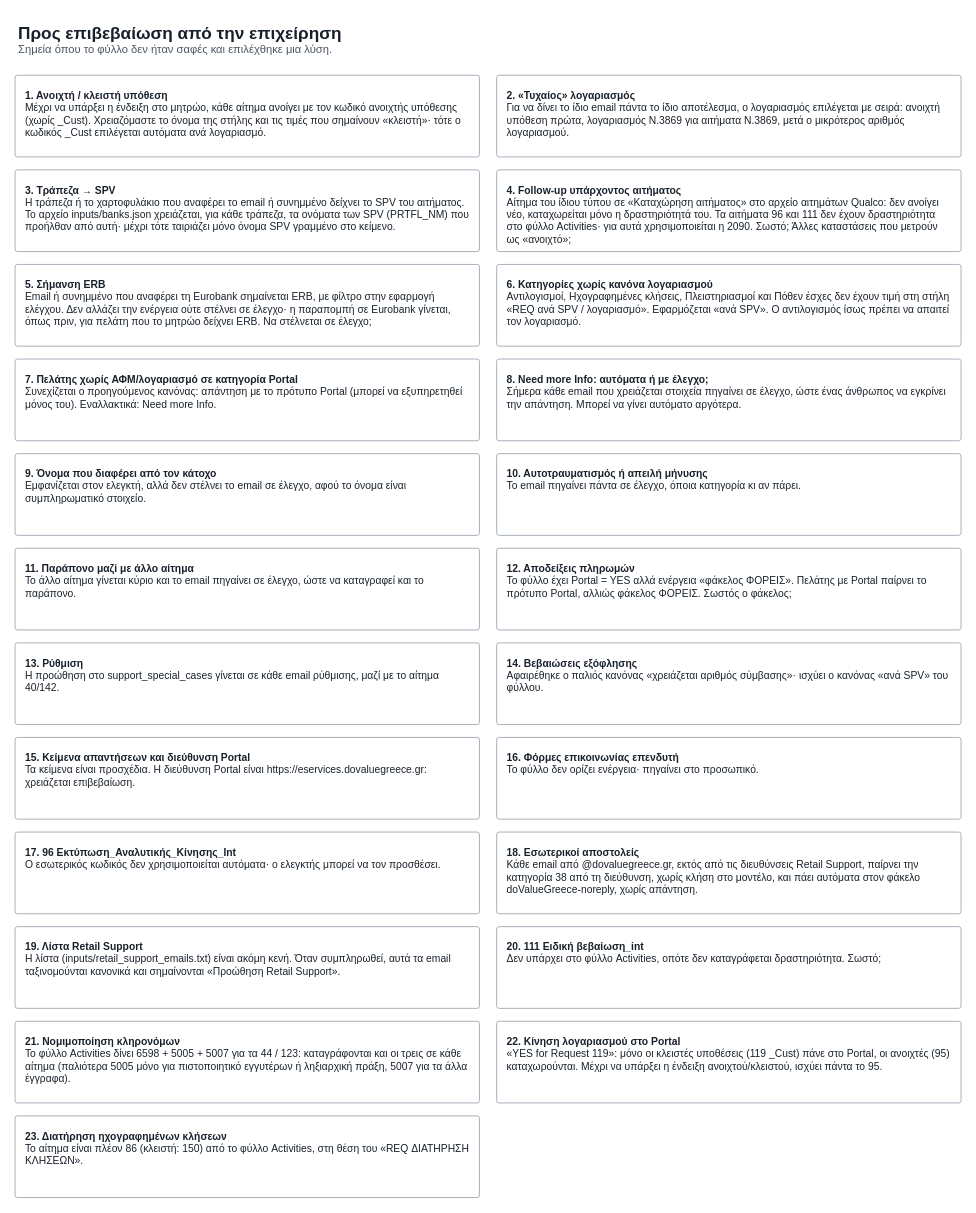
Earlier version of the draw.io diagram page "5 Προς επιβεβαίωση" (5 of 6) of docs/decision_rules.drawio (nicoleplak/email-classification). Source tidied: cells renumbered, new cells numbered last; positions are measured from the earlier drawing's top-left corner, leaving out a move shared by most shapes. Both pictures are drawn from the tidied source at 86%, with x=0, y=0 at pixel (15, 15).
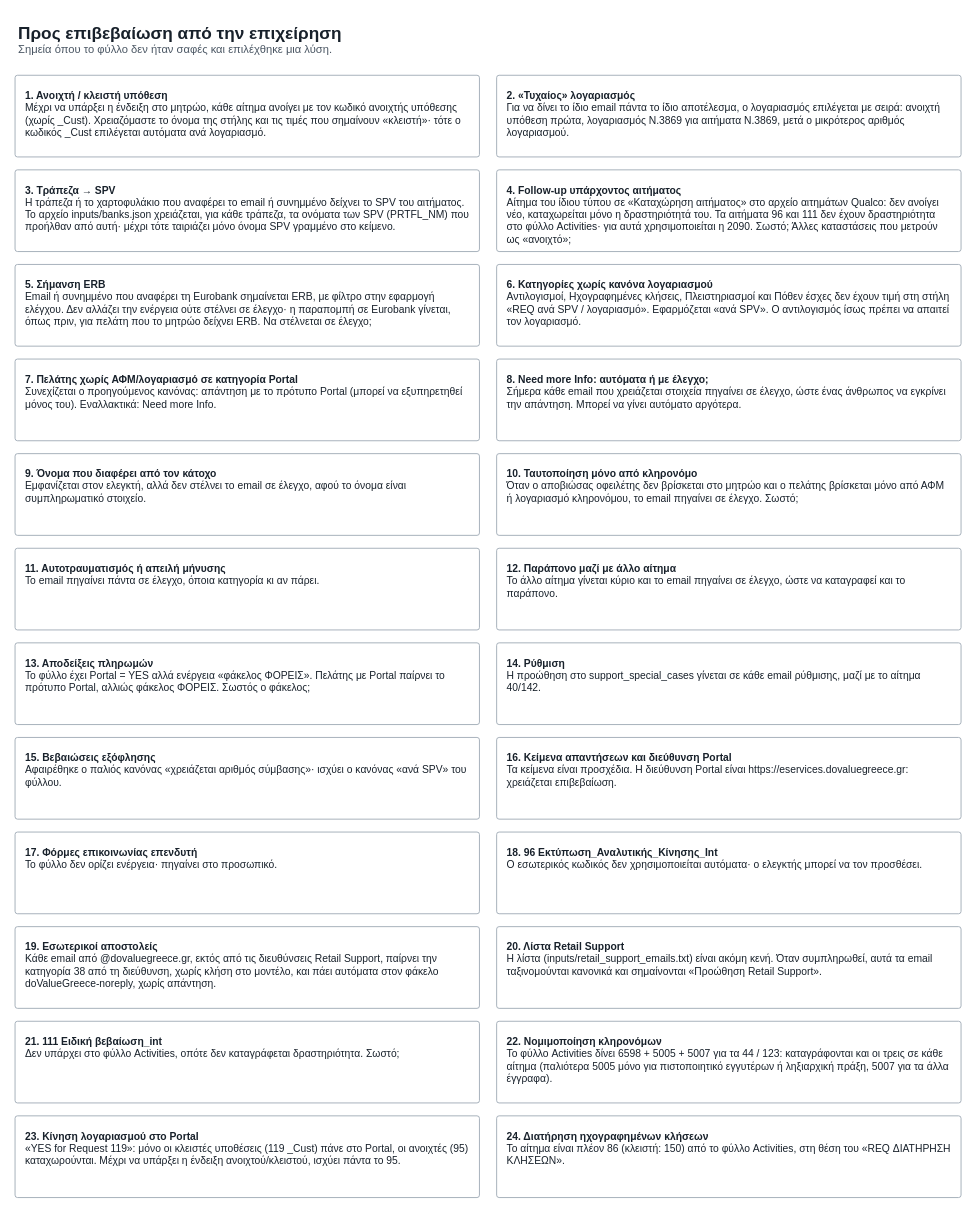
Above is the later version.

What changed in the source:
```diff
@@
-    <mxCell id="12" value="&lt;b&gt;10. Αυτοτραυματισμός ή απειλή μήνυσης&lt;/b&gt;&lt;br&gt;Το email πηγαίνει πάντα σε έλεγχο, όποια κατηγορία κι αν πάρει." style="rounded=1;arcSize=3;whiteSpace=wrap;html=1;align=left;verticalAlign=top;spacing=12;fillColor=#FFFFFF;strokeColor=#9AA6B2;fontFamily=Helvetica;fontColor=#18212B;fontSize=12;fontSize=12;" parent="1" vertex="1">
+    <mxCell id="12" value="&lt;b&gt;10. Ταυτοποίηση μόνο από κληρονόμο&lt;/b&gt;&lt;br&gt;Όταν ο αποβιώσας οφειλέτης δεν βρίσκεται στο μητρώο και ο πελάτης βρίσκεται μόνο από ΑΦΜ ή λογαριασμό κληρονόμου, το email πηγαίνει σε έλεγχο. Σωστό;" style="rounded=1;arcSize=3;whiteSpace=wrap;html=1;align=left;verticalAlign=top;spacing=12;fillColor=#FFFFFF;strokeColor=#9AA6B2;fontFamily=Helvetica;fontColor=#18212B;fontSize=12;fontSize=12;" parent="1" vertex="1">
       <mxGeometry x="560" y="510" width="540" height="95" as="geometry" />
     </mxCell>
-    <mxCell id="13" value="&lt;b&gt;11. Παράπονο μαζί με άλλο αίτημα&lt;/b&gt;&lt;br&gt;Το άλλο αίτημα γίνεται κύριο και το email πηγαίνει σε έλεγχο, ώστε να καταγραφεί και το παράπονο." style="rounded=1;arcSize=3;whiteSpace=wrap;html=1;align=left;verticalAlign=top;spacing=12;fillColor=#FFFFFF;strokeColor=#9AA6B2;fontFamily=Helvetica;fontColor=#18212B;fontSize=12;fontSize=12;" parent="1" vertex="1">
+    <mxCell id="13" value="&lt;b&gt;11. Αυτοτραυματισμός ή απειλή μήνυσης&lt;/b&gt;&lt;br&gt;Το email πηγαίνει πάντα σε έλεγχο, όποια κατηγορία κι αν πάρει." style="rounded=1;arcSize=3;whiteSpace=wrap;html=1;align=left;verticalAlign=top;spacing=12;fillColor=#FFFFFF;strokeColor=#9AA6B2;fontFamily=Helvetica;fontColor=#18212B;fontSize=12;fontSize=12;" parent="1" vertex="1">
       <mxGeometry y="620" width="540" height="95" as="geometry" />
     </mxCell>
-    <mxCell id="14" value="&lt;b&gt;12. Αποδείξεις πληρωμών&lt;/b&gt;&lt;br&gt;Το φύλλο έχει Portal = YES αλλά ενέργεια «φάκελος ΦΟΡΕΙΣ». Πελάτης με Portal παίρνει το πρότυπο Portal, αλλιώς φάκελος ΦΟΡΕΙΣ. Σωστός ο φάκελος;" style="rounded=1;arcSize=3;whiteSpace=wrap;html=1;align=left;verticalAlign=top;spacing=12;fillColor=#FFFFFF;strokeColor=#9AA6B2;fontFamily=Helvetica;fontColor=#18212B;fontSize=12;fontSize=12;" parent="1" vertex="1">
+    <mxCell id="14" value="&lt;b&gt;12. Παράπονο μαζί με άλλο αίτημα&lt;/b&gt;&lt;br&gt;Το άλλο αίτημα γίνεται κύριο και το email πηγαίνει σε έλεγχο, ώστε να καταγραφεί και το παράπονο." style="rounded=1;arcSize=3;whiteSpace=wrap;html=1;align=left;verticalAlign=top;spacing=12;fillColor=#FFFFFF;strokeColor=#9AA6B2;fontFamily=Helvetica;fontColor=#18212B;fontSize=12;fontSize=12;" parent="1" vertex="1">
       <mxGeometry x="560" y="620" width="540" height="95" as="geometry" />
     </mxCell>
-    <mxCell id="15" value="&lt;b&gt;13. Ρύθμιση&lt;/b&gt;&lt;br&gt;Η προώθηση στο support_special_cases γίνεται σε κάθε email ρύθμισης, μαζί με το αίτημα 40/142." style="rounded=1;arcSize=3;whiteSpace=wrap;html=1;align=left;verticalAlign=top;spacing=12;fillColor=#FFFFFF;strokeColor=#9AA6B2;fontFamily=Helvetica;fontColor=#18212B;fontSize=12;fontSize=12;" parent="1" vertex="1">
+    <mxCell id="15" value="&lt;b&gt;13. Αποδείξεις πληρωμών&lt;/b&gt;&lt;br&gt;Το φύλλο έχει Portal = YES αλλά ενέργεια «φάκελος ΦΟΡΕΙΣ». Πελάτης με Portal παίρνει το πρότυπο Portal, αλλιώς φάκελος ΦΟΡΕΙΣ. Σωστός ο φάκελος;" style="rounded=1;arcSize=3;whiteSpace=wrap;html=1;align=left;verticalAlign=top;spacing=12;fillColor=#FFFFFF;strokeColor=#9AA6B2;fontFamily=Helvetica;fontColor=#18212B;fontSize=12;fontSize=12;" parent="1" vertex="1">
       <mxGeometry y="730" width="540" height="95" as="geometry" />
     </mxCell>
-    <mxCell id="16" value="&lt;b&gt;14. Βεβαιώσεις εξόφλησης&lt;/b&gt;&lt;br&gt;Αφαιρέθηκε ο παλιός κανόνας «χρειάζεται αριθμός σύμβασης»· ισχύει ο κανόνας «ανά SPV» του φύλλου." style="rounded=1;arcSize=3;whiteSpace=wrap;html=1;align=left;verticalAlign=top;spacing=12;fillColor=#FFFFFF;strokeColor=#9AA6B2;fontFamily=Helvetica;fontColor=#18212B;fontSize=12;fontSize=12;" parent="1" vertex="1">
+    <mxCell id="16" value="&lt;b&gt;14. Ρύθμιση&lt;/b&gt;&lt;br&gt;Η προώθηση στο support_special_cases γίνεται σε κάθε email ρύθμισης, μαζί με το αίτημα 40/142." style="rounded=1;arcSize=3;whiteSpace=wrap;html=1;align=left;verticalAlign=top;spacing=12;fillColor=#FFFFFF;strokeColor=#9AA6B2;fontFamily=Helvetica;fontColor=#18212B;fontSize=12;fontSize=12;" parent="1" vertex="1">
       <mxGeometry x="560" y="730" width="540" height="95" as="geometry" />
     </mxCell>
-    <mxCell id="17" value="&lt;b&gt;15. Κείμενα απαντήσεων και διεύθυνση Portal&lt;/b&gt;&lt;br&gt;Τα κείμενα είναι προσχέδια. Η διεύθυνση Portal είναι https://eservices.dovaluegreece.gr: χρειάζεται επιβεβαίωση." style="rounded=1;arcSize=3;whiteSpace=wrap;html=1;align=left;verticalAlign=top;spacing=12;fillColor=#FFFFFF;strokeColor=#9AA6B2;fontFamily=Helvetica;fontColor=#18212B;fontSize=12;fontSize=12;" parent="1" vertex="1">
+    <mxCell id="17" value="&lt;b&gt;15. Βεβαιώσεις εξόφλησης&lt;/b&gt;&lt;br&gt;Αφαιρέθηκε ο παλιός κανόνας «χρειάζεται αριθμός σύμβασης»· ισχύει ο κανόνας «ανά SPV» του φύλλου." style="rounded=1;arcSize=3;whiteSpace=wrap;html=1;align=left;verticalAlign=top;spacing=12;fillColor=#FFFFFF;strokeColor=#9AA6B2;fontFamily=Helvetica;fontColor=#18212B;fontSize=12;fontSize=12;" parent="1" vertex="1">
       <mxGeometry y="840" width="540" height="95" as="geometry" />
     </mxCell>
-    <mxCell id="18" value="&lt;b&gt;16. Φόρμες επικοινωνίας επενδυτή&lt;/b&gt;&lt;br&gt;Το φύλλο δεν ορίζει ενέργεια· πηγαίνει στο προσωπικό." style="rounded=1;arcSize=3;whiteSpace=wrap;html=1;align=left;verticalAlign=top;spacing=12;fillColor=#FFFFFF;strokeColor=#9AA6B2;fontFamily=Helvetica;fontColor=#18212B;fontSize=12;fontSize=12;" parent="1" vertex="1">
+    <mxCell id="18" value="&lt;b&gt;16. Κείμενα απαντήσεων και διεύθυνση Portal&lt;/b&gt;&lt;br&gt;Τα κείμενα είναι προσχέδια. Η διεύθυνση Portal είναι https://eservices.dovaluegreece.gr: χρειάζεται επιβεβαίωση." style="rounded=1;arcSize=3;whiteSpace=wrap;html=1;align=left;verticalAlign=top;spacing=12;fillColor=#FFFFFF;strokeColor=#9AA6B2;fontFamily=Helvetica;fontColor=#18212B;fontSize=12;fontSize=12;" parent="1" vertex="1">
       <mxGeometry x="560" y="840" width="540" height="95" as="geometry" />
     </mxCell>
-    <mxCell id="19" value="&lt;b&gt;17. 96 Εκτύπωση_Αναλυτικής_Κίνησης_Int&lt;/b&gt;&lt;br&gt;Ο εσωτερικός κωδικός δεν χρησιμοποιείται αυτόματα· ο ελεγκτής μπορεί να τον προσθέσει." style="rounded=1;arcSize=3;whiteSpace=wrap;html=1;align=left;verticalAlign=top;spacing=12;fillColor=#FFFFFF;strokeColor=#9AA6B2;fontFamily=Helvetica;fontColor=#18212B;fontSize=12;fontSize=12;" parent="1" vertex="1">
+    <mxCell id="19" value="&lt;b&gt;17. Φόρμες επικοινωνίας επενδυτή&lt;/b&gt;&lt;br&gt;Το φύλλο δεν ορίζει ενέργεια· πηγαίνει στο προσωπικό." style="rounded=1;arcSize=3;whiteSpace=wrap;html=1;align=left;verticalAlign=top;spacing=12;fillColor=#FFFFFF;strokeColor=#9AA6B2;fontFamily=Helvetica;fontColor=#18212B;fontSize=12;fontSize=12;" parent="1" vertex="1">
       <mxGeometry y="950" width="540" height="95" as="geometry" />
     </mxCell>
-    <mxCell id="20" value="&lt;b&gt;18. Εσωτερικοί αποστολείς&lt;/b&gt;&lt;br&gt;Κάθε email από @dovaluegreece.gr, εκτός από τις διευθύνσεις Retail Support, παίρνει την κατηγορία 38 από τη διεύθυνση, χωρίς κλήση στο μοντέλο, και πάει αυτόματα στον φάκελο doValueGreece-noreply, χωρίς απάντηση." style="rounded=1;arcSize=3;whiteSpace=wrap;html=1;align=left;verticalAlign=top;spacing=12;fillColor=#FFFFFF;strokeColor=#9AA6B2;fontFamily=Helvetica;fontColor=#18212B;fontSize=12;fontSize=12;" parent="1" vertex="1">
+    <mxCell id="20" value="&lt;b&gt;18. 96 Εκτύπωση_Αναλυτικής_Κίνησης_Int&lt;/b&gt;&lt;br&gt;Ο εσωτερικός κωδικός δεν χρησιμοποιείται αυτόματα· ο ελεγκτής μπορεί να τον προσθέσει." style="rounded=1;arcSize=3;whiteSpace=wrap;html=1;align=left;verticalAlign=top;spacing=12;fillColor=#FFFFFF;strokeColor=#9AA6B2;fontFamily=Helvetica;fontColor=#18212B;fontSize=12;fontSize=12;" parent="1" vertex="1">
       <mxGeometry x="560" y="950" width="540" height="95" as="geometry" />
     </mxCell>
-    <mxCell id="21" value="&lt;b&gt;19. Λίστα Retail Support&lt;/b&gt;&lt;br&gt;Η λίστα (inputs/retail_support_emails.txt) είναι ακόμη κενή. Όταν συμπληρωθεί, αυτά τα email ταξινομούνται κανονικά και σημαίνονται «Προώθηση Retail Support»." style="rounded=1;arcSize=3;whiteSpace=wrap;html=1;align=left;verticalAlign=top;spacing=12;fillColor=#FFFFFF;strokeColor=#9AA6B2;fontFamily=Helvetica;fontColor=#18212B;fontSize=12;fontSize=12;" parent="1" vertex="1">
+    <mxCell id="21" value="&lt;b&gt;19. Εσωτερικοί αποστολείς&lt;/b&gt;&lt;br&gt;Κάθε email από @dovaluegreece.gr, εκτός από τις διευθύνσεις Retail Support, παίρνει την κατηγορία 38 από τη διεύθυνση, χωρίς κλήση στο μοντέλο, και πάει αυτόματα στον φάκελο doValueGreece-noreply, χωρίς απάντηση." style="rounded=1;arcSize=3;whiteSpace=wrap;html=1;align=left;verticalAlign=top;spacing=12;fillColor=#FFFFFF;strokeColor=#9AA6B2;fontFamily=Helvetica;fontColor=#18212B;fontSize=12;fontSize=12;" parent="1" vertex="1">
       <mxGeometry y="1060" width="540" height="95" as="geometry" />
     </mxCell>
-    <mxCell id="22" value="&lt;b&gt;20. 111 Ειδική βεβαίωση_int&lt;/b&gt;&lt;br&gt;Δεν υπάρχει στο φύλλο Activities, οπότε δεν καταγράφεται δραστηριότητα. Σωστό;" style="rounded=1;arcSize=3;whiteSpace=wrap;html=1;align=left;verticalAlign=top;spacing=12;fillColor=#FFFFFF;strokeColor=#9AA6B2;fontFamily=Helvetica;fontColor=#18212B;fontSize=12;fontSize=12;" parent="1" vertex="1">
+    <mxCell id="22" value="&lt;b&gt;20. Λίστα Retail Support&lt;/b&gt;&lt;br&gt;Η λίστα (inputs/retail_support_emails.txt) είναι ακόμη κενή. Όταν συμπληρωθεί, αυτά τα email ταξινομούνται κανονικά και σημαίνονται «Προώθηση Retail Support»." style="rounded=1;arcSize=3;whiteSpace=wrap;html=1;align=left;verticalAlign=top;spacing=12;fillColor=#FFFFFF;strokeColor=#9AA6B2;fontFamily=Helvetica;fontColor=#18212B;fontSize=12;fontSize=12;" parent="1" vertex="1">
       <mxGeometry x="560" y="1060" width="540" height="95" as="geometry" />
     </mxCell>
-    <mxCell id="23" value="&lt;b&gt;21. Νομιμοποίηση κληρονόμων&lt;/b&gt;&lt;br&gt;Το φύλλο Activities δίνει 6598 + 5005 + 5007 για τα 44 / 123: καταγράφονται και οι τρεις σε κάθε αίτημα (παλιότερα 5005 μόνο για πιστοποιητικό εγγυτέρων ή ληξιαρχική πράξη, 5007 για τα άλλα έγγραφα)." style="rounded=1;arcSize=3;whiteSpace=wrap;html=1;align=left;verticalAlign=top;spacing=12;fillColor=#FFFFFF;strokeColor=#9AA6B2;fontFamily=Helvetica;fontColor=#18212B;fontSize=12;fontSize=12;" parent="1" vertex="1">
+    <mxCell id="23" value="&lt;b&gt;21. 111 Ειδική βεβαίωση_int&lt;/b&gt;&lt;br&gt;Δεν υπάρχει στο φύλλο Activities, οπότε δεν καταγράφεται δραστηριότητα. Σωστό;" style="rounded=1;arcSize=3;whiteSpace=wrap;html=1;align=left;verticalAlign=top;spacing=12;fillColor=#FFFFFF;strokeColor=#9AA6B2;fontFamily=Helvetica;fontColor=#18212B;fontSize=12;fontSize=12;" parent="1" vertex="1">
       <mxGeometry y="1170" width="540" height="95" as="geometry" />
     </mxCell>
-    <mxCell id="24" value="&lt;b&gt;22. Κίνηση λογαριασμού στο Portal&lt;/b&gt;&lt;br&gt;«YES for Request 119»: μόνο οι κλειστές υποθέσεις (119 _Cust) πάνε στο Portal, οι ανοιχτές (95) καταχωρούνται. Μέχρι να υπάρξει η ένδειξη ανοιχτού/κλειστού, ισχύει πάντα το 95." style="rounded=1;arcSize=3;whiteSpace=wrap;html=1;align=left;verticalAlign=top;spacing=12;fillColor=#FFFFFF;strokeColor=#9AA6B2;fontFamily=Helvetica;fontColor=#18212B;fontSize=12;fontSize=12;" parent="1" vertex="1">
+    <mxCell id="24" value="&lt;b&gt;22. Νομιμοποίηση κληρονόμων&lt;/b&gt;&lt;br&gt;Το φύλλο Activities δίνει 6598 + 5005 + 5007 για τα 44 / 123: καταγράφονται και οι τρεις σε κάθε αίτημα (παλιότερα 5005 μόνο για πιστοποιητικό εγγυτέρων ή ληξιαρχική πράξη, 5007 για τα άλλα έγγραφα)." style="rounded=1;arcSize=3;whiteSpace=wrap;html=1;align=left;verticalAlign=top;spacing=12;fillColor=#FFFFFF;strokeColor=#9AA6B2;fontFamily=Helvetica;fontColor=#18212B;fontSize=12;fontSize=12;" parent="1" vertex="1">
       <mxGeometry x="560" y="1170" width="540" height="95" as="geometry" />
     </mxCell>
-    <mxCell id="25" value="&lt;b&gt;23. Διατήρηση ηχογραφημένων κλήσεων&lt;/b&gt;&lt;br&gt;Το αίτημα είναι πλέον 86 (κλειστή: 150) από το φύλλο Activities, στη θέση του «REQ ΔΙΑΤΗΡΗΣΗ ΚΛΗΣΕΩΝ»." style="rounded=1;arcSize=3;whiteSpace=wrap;html=1;align=left;verticalAlign=top;spacing=12;fillColor=#FFFFFF;strokeColor=#9AA6B2;fontFamily=Helvetica;fontColor=#18212B;fontSize=12;fontSize=12;" parent="1" vertex="1">
+    <mxCell id="25" value="&lt;b&gt;23. Κίνηση λογαριασμού στο Portal&lt;/b&gt;&lt;br&gt;«YES for Request 119»: μόνο οι κλειστές υποθέσεις (119 _Cust) πάνε στο Portal, οι ανοιχτές (95) καταχωρούνται. Μέχρι να υπάρξει η ένδειξη ανοιχτού/κλειστού, ισχύει πάντα το 95." style="rounded=1;arcSize=3;whiteSpace=wrap;html=1;align=left;verticalAlign=top;spacing=12;fillColor=#FFFFFF;strokeColor=#9AA6B2;fontFamily=Helvetica;fontColor=#18212B;fontSize=12;fontSize=12;" parent="1" vertex="1">
       <mxGeometry y="1280" width="540" height="95" as="geometry" />
     </mxCell>
+    <mxCell id="26" value="&lt;b&gt;24. Διατήρηση ηχογραφημένων κλήσεων&lt;/b&gt;&lt;br&gt;Το αίτημα είναι πλέον 86 (κλειστή: 150) από το φύλλο Activities, στη θέση του «REQ ΔΙΑΤΗΡΗΣΗ ΚΛΗΣΕΩΝ»." style="rounded=1;arcSize=3;whiteSpace=wrap;html=1;align=left;verticalAlign=top;spacing=12;fillColor=#FFFFFF;strokeColor=#9AA6B2;fontFamily=Helvetica;fontColor=#18212B;fontSize=12;fontSize=12;" parent="1" vertex="1">
+      <mxGeometry x="560" y="1280" width="540" height="95" as="geometry" />
+    </mxCell>
```
